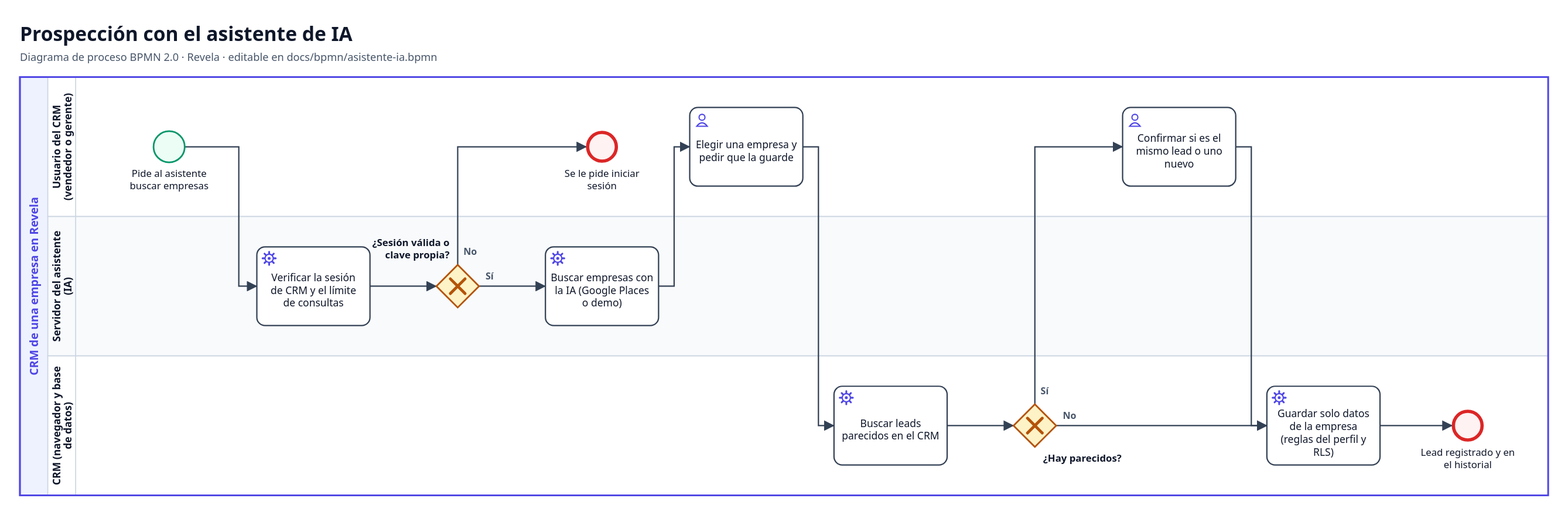
Above: docs/bpmn/asistente-ia.svg in YairCosta/CAPSTONE_003D (BPMN), before the change. Its source is kept beside it as docs/bpmn/asistente-ia.bpmn. Ids are renumbered.
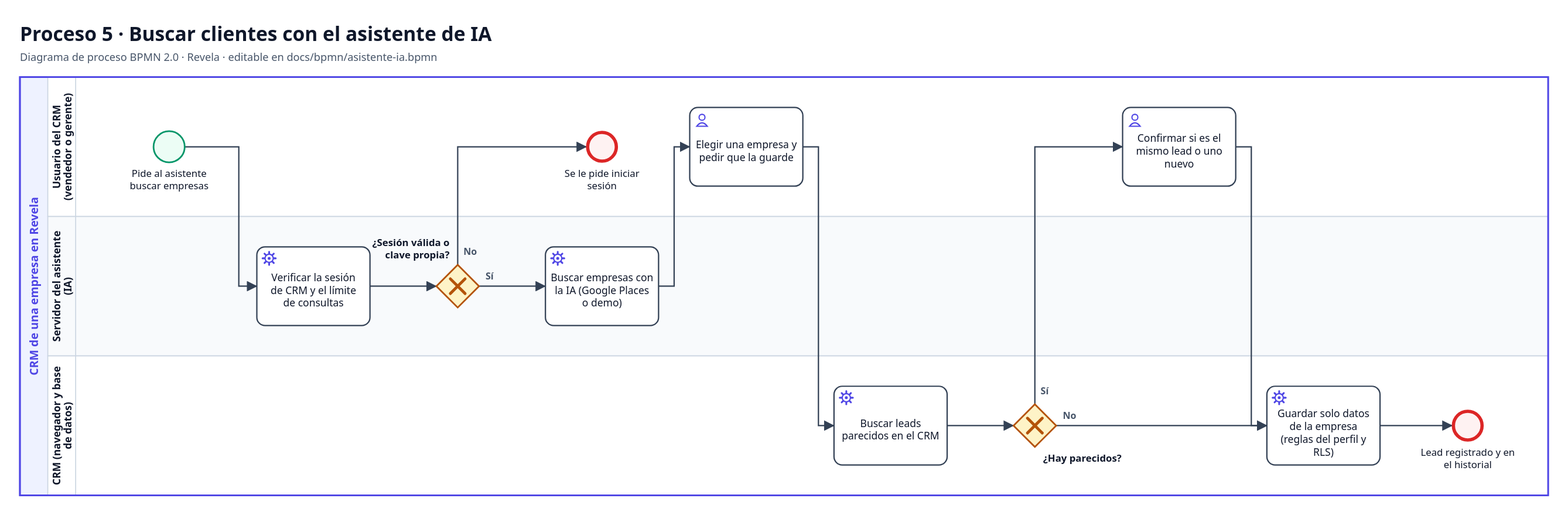
After the change.

What changed in the source:
```diff
@@ -1,9 +1,9 @@
 <bpmn:definitions xmlns:bpmn="http://www.omg.org/spec/BPMN/20100524/MODEL" xmlns:bpmndi="http://www.omg.org/spec/BPMN/20100524/DI" xmlns:dc="http://www.omg.org/spec/DD/20100524/DC" xmlns:di="http://www.omg.org/spec/DD/20100524/DI" xmlns:xsi="http://www.w3.org/2001/XMLSchema-instance" id="Definiciones_asistente-ia" targetNamespace="https://revela.cl/bpmn" exporter="Revela (scripts/generar-bpmn.mjs)" exporterVersion="1.0">
   <bpmn:collaboration id="Colaboracion_asistente-ia">
-    <bpmn:documentation>Prospección con el asistente de IA</bpmn:documentation>
+    <bpmn:documentation>Proceso 5 · Buscar clientes con el asistente de IA</bpmn:documentation>
     <bpmn:participant id="Participante_asistente-ia" name="CRM de una empresa en Revela" processRef="Proceso_asistente-ia" />
   </bpmn:collaboration>
-  <bpmn:process id="Proceso_asistente-ia" name="Prospección con el asistente de IA" isExecutable="false">
+  <bpmn:process id="Proceso_asistente-ia" name="Proceso 5 · Buscar clientes con el asistente de IA" isExecutable="false">
     <bpmn:laneSet id="Carriles_asistente-ia">
       <bpmn:lane id="Carril_usuario" name="Usuario del CRM (vendedor o gerente)">
         <bpmn:flowNodeRef>Nodo_pide</bpmn:flowNodeRef>
```
